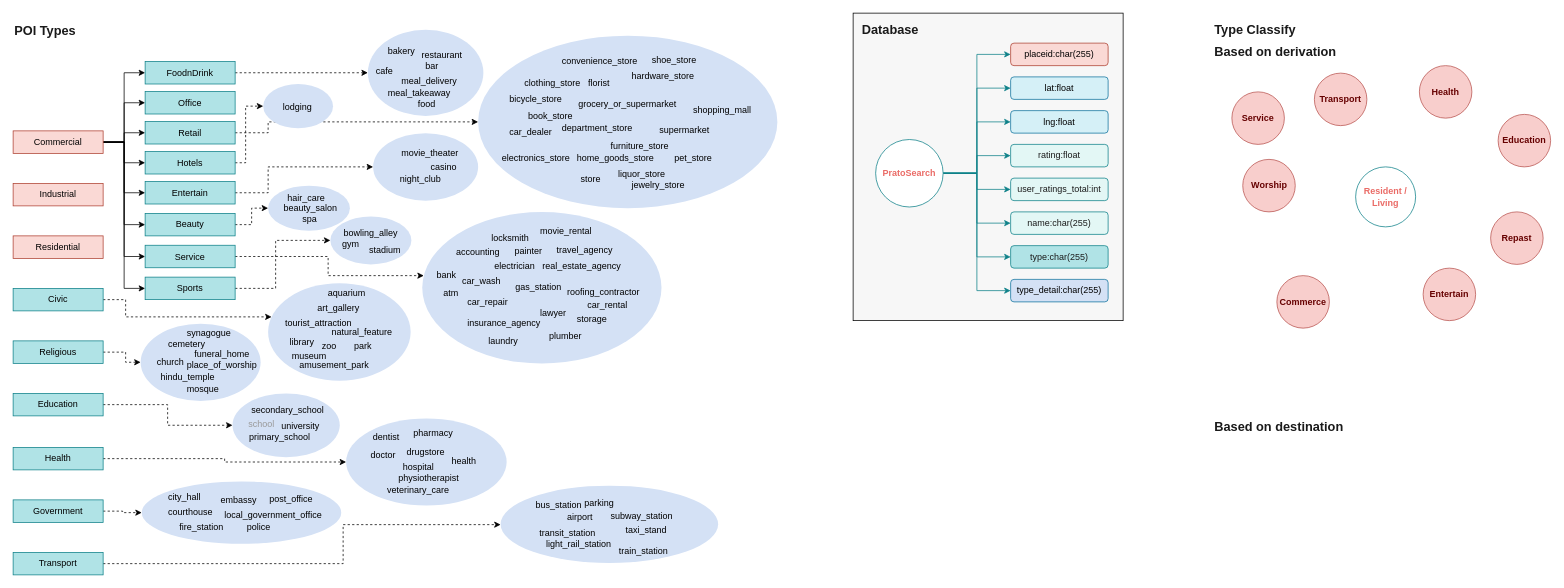
Before: data/FunctionMap.drawio in amomorning/osm4arch, a draw.io diagram. Source tidied: cells renumbered, new cells numbered last; positions are measured from the earlier drawing's top-left corner, leaving out a move shared by most shapes. Both pictures are drawn from the tidied source at 75%, with x=0, y=0 at pixel (13, 13).
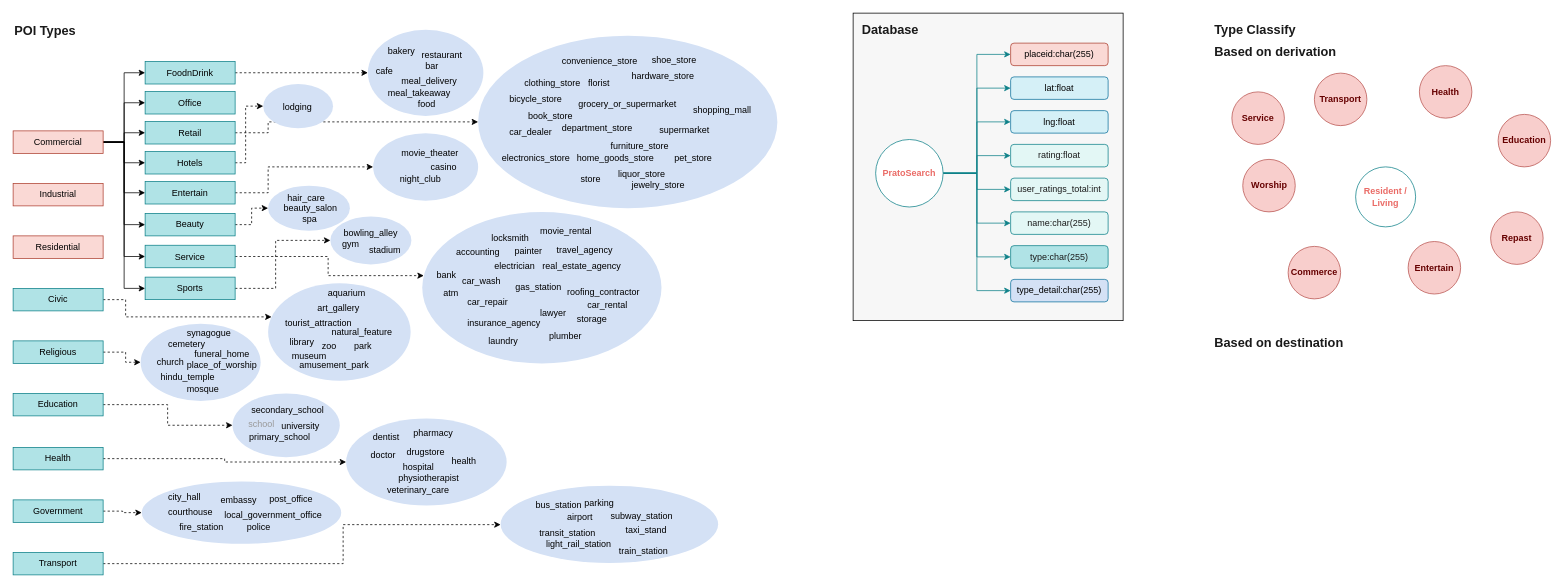
Above is the later version.

Diff of the diagram source:
```diff
@@
     <mxCell id="23" value="Based on&amp;nbsp;destination" style="text;html=1;align=left;verticalAlign=top;spacingTop=-4;fontColor=#1A1A1A;fontStyle=1;fontSize=17;" parent="1" vertex="1">
-      <mxGeometry x="1600" y="540" width="170" height="20" as="geometry" />
+      <mxGeometry x="1600" y="427" width="170" height="20" as="geometry" />
     </mxCell>
@@
     <mxCell id="29" value="Entertain" style="ellipse;whiteSpace=wrap;html=1;fillColor=#f8cecc;strokeColor=#b85450;labelBackgroundColor=none;strokeWidth=1;fontColor=#660000;fontStyle=1;" parent="1" vertex="1">
-      <mxGeometry x="1880" y="340" width="70" height="70" as="geometry" />
+      <mxGeometry x="1860" y="304.5" width="70" height="70" as="geometry" />
     </mxCell>
     <mxCell id="30" value="Commerce" style="ellipse;whiteSpace=wrap;html=1;fillColor=#f8cecc;strokeColor=#b85450;labelBackgroundColor=none;strokeWidth=1;fontColor=#660000;fontStyle=1;" parent="1" vertex="1">
-      <mxGeometry x="1685" y="350" width="70" height="70" as="geometry" />
+      <mxGeometry x="1700" y="311" width="70" height="70" as="geometry" />
     </mxCell>
@@
+    <mxCell id="199" style="edgeStyle=elbowEdgeStyle;rounded=0;orthogonalLoop=1;jettySize=auto;html=1;exitX=1;exitY=1;exitDx=0;exitDy=0;dashed=1;fontColor=#000000;" parent="1" edge="1" source="29" target="29">
+      <mxGeometry relative="1" as="geometry" />
+    </mxCell>
```
